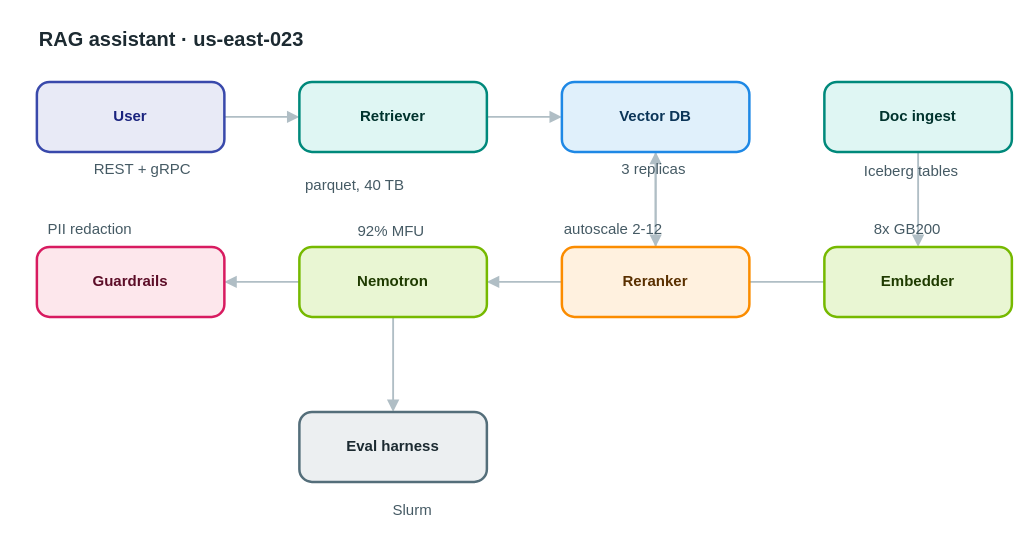
Above: apps/web/public/samples/library/023-rag-assistant.drawio in AryanG01/open-apprentice (draw.io), before the change. Source tidied: cells renumbered, new cells numbered last; positions are measured from the earlier drawing's top-left corner, leaving out a move shared by most shapes. Both pictures are drawn from the tidied source at 125%, with x=0, y=0 at pixel (36, 21).
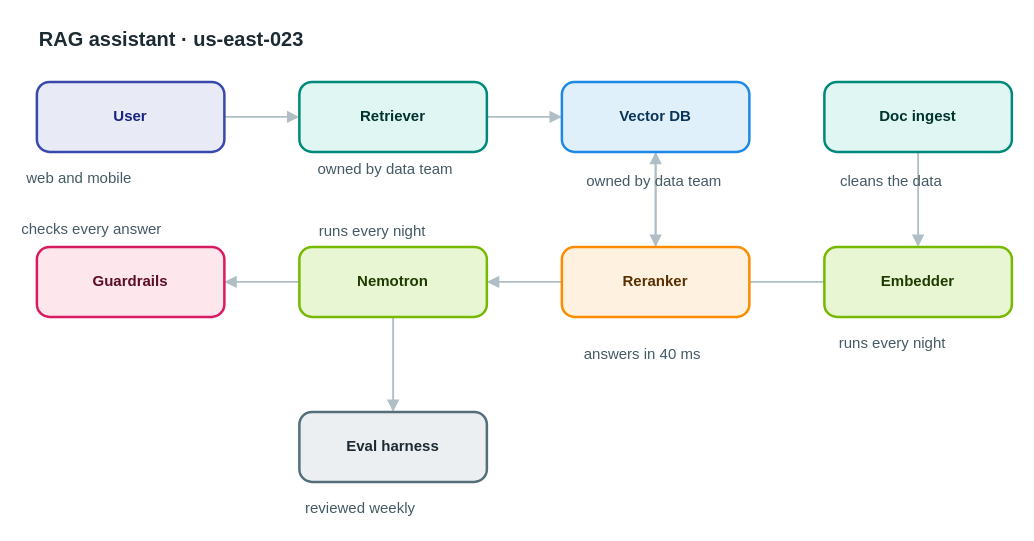
After the change.

The edit, as a diff of the source:
```diff
@@
-    <mxCell id="20" value="REST + gRPC" style="text;html=1;align=left;verticalAlign=top;whiteSpace=nowrap;spacing=0;spacingTop=0;strokeColor=none;fillColor=none;fontSize=12;fontColor=#455a64;" parent="1" vertex="1">
-      <mxGeometry x="46" y="106" width="89" height="20" as="geometry" />
+    <mxCell id="20" value="web and mobile" style="text;html=1;align=left;verticalAlign=top;whiteSpace=nowrap;spacing=0;spacingTop=0;strokeColor=none;fillColor=none;fontSize=12;fontColor=#455a64;" parent="1" vertex="1">
+      <mxGeometry x="-8" y="113" width="110" height="20" as="geometry" />
     </mxCell>
-    <mxCell id="21" value="parquet, 40 TB" style="text;html=1;align=left;verticalAlign=top;whiteSpace=nowrap;spacing=0;spacingTop=0;strokeColor=none;fillColor=none;fontSize=12;fontColor=#455a64;" parent="1" vertex="1">
-      <mxGeometry x="215" y="119" width="110" height="20" as="geometry" />
+    <mxCell id="21" value="owned by data team" style="text;html=1;align=left;verticalAlign=top;whiteSpace=nowrap;spacing=0;spacingTop=0;strokeColor=none;fillColor=none;fontSize=12;fontColor=#455a64;" parent="1" vertex="1">
+      <mxGeometry x="225" y="106" width="138" height="20" as="geometry" />
     </mxCell>
-    <mxCell id="22" value="3 replicas" style="text;html=1;align=left;verticalAlign=top;whiteSpace=nowrap;spacing=0;spacingTop=0;strokeColor=none;fillColor=none;fontSize=12;fontColor=#455a64;" parent="1" vertex="1">
-      <mxGeometry x="468" y="106" width="82" height="20" as="geometry" />
+    <mxCell id="22" value="owned by data team" style="text;html=1;align=left;verticalAlign=top;whiteSpace=nowrap;spacing=0;spacingTop=0;strokeColor=none;fillColor=none;fontSize=12;fontColor=#455a64;" parent="1" vertex="1">
+      <mxGeometry x="440" y="116" width="138" height="20" as="geometry" />
     </mxCell>
-    <mxCell id="23" value="autoscale 2-12" style="text;html=1;align=left;verticalAlign=top;whiteSpace=nowrap;spacing=0;spacingTop=0;strokeColor=none;fillColor=none;fontSize=12;fontColor=#455a64;" parent="1" vertex="1">
-      <mxGeometry x="422" y="154" width="110" height="20" as="geometry" />
+    <mxCell id="23" value="answers in 40 ms" style="text;html=1;align=left;verticalAlign=top;whiteSpace=nowrap;spacing=0;spacingTop=0;strokeColor=none;fillColor=none;fontSize=12;fontColor=#455a64;" parent="1" vertex="1">
+      <mxGeometry x="438" y="254" width="124" height="20" as="geometry" />
     </mxCell>
-    <mxCell id="24" value="92% MFU" style="text;html=1;align=left;verticalAlign=top;whiteSpace=nowrap;spacing=0;spacingTop=0;strokeColor=none;fillColor=none;fontSize=12;fontColor=#455a64;" parent="1" vertex="1">
-      <mxGeometry x="257" y="156" width="61" height="20" as="geometry" />
+    <mxCell id="24" value="runs every night" style="text;html=1;align=left;verticalAlign=top;whiteSpace=nowrap;spacing=0;spacingTop=0;strokeColor=none;fillColor=none;fontSize=12;fontColor=#455a64;" parent="1" vertex="1">
+      <mxGeometry x="226" y="156" width="124" height="20" as="geometry" />
     </mxCell>
-    <mxCell id="25" value="PII redaction" style="text;html=1;align=left;verticalAlign=top;whiteSpace=nowrap;spacing=0;spacingTop=0;strokeColor=none;fillColor=none;fontSize=12;fontColor=#455a64;" parent="1" vertex="1">
-      <mxGeometry x="9" y="154" width="103" height="20" as="geometry" />
+    <mxCell id="25" value="checks every answer" style="text;html=1;align=left;verticalAlign=top;whiteSpace=nowrap;spacing=0;spacingTop=0;strokeColor=none;fillColor=none;fontSize=12;fontColor=#455a64;" parent="1" vertex="1">
+      <mxGeometry x="-12" y="154" width="145" height="20" as="geometry" />
     </mxCell>
-    <mxCell id="26" value="Iceberg tables" style="text;html=1;align=left;verticalAlign=top;whiteSpace=nowrap;spacing=0;spacingTop=0;strokeColor=none;fillColor=none;fontSize=12;fontColor=#455a64;" parent="1" vertex="1">
-      <mxGeometry x="662" y="108" width="110" height="20" as="geometry" />
+    <mxCell id="26" value="cleans the data" style="text;html=1;align=left;verticalAlign=top;whiteSpace=nowrap;spacing=0;spacingTop=0;strokeColor=none;fillColor=none;fontSize=12;fontColor=#455a64;" parent="1" vertex="1">
+      <mxGeometry x="643" y="116" width="117" height="20" as="geometry" />
     </mxCell>
-    <mxCell id="27" value="8x GB200" style="text;html=1;align=left;verticalAlign=top;whiteSpace=nowrap;spacing=0;spacingTop=0;strokeColor=none;fillColor=none;fontSize=12;fontColor=#455a64;" parent="1" vertex="1">
-      <mxGeometry x="670" y="154" width="68" height="20" as="geometry" />
+    <mxCell id="27" value="runs every night" style="text;html=1;align=left;verticalAlign=top;whiteSpace=nowrap;spacing=0;spacingTop=0;strokeColor=none;fillColor=none;fontSize=12;fontColor=#455a64;" parent="1" vertex="1">
+      <mxGeometry x="642" y="245" width="124" height="20" as="geometry" />
     </mxCell>
-    <mxCell id="28" value="Slurm" style="text;html=1;align=left;verticalAlign=top;whiteSpace=nowrap;spacing=0;spacingTop=0;strokeColor=none;fillColor=none;fontSize=12;fontColor=#455a64;" parent="1" vertex="1">
-      <mxGeometry x="285" y="379" width="47" height="20" as="geometry" />
+    <mxCell id="28" value="reviewed weekly" style="text;html=1;align=left;verticalAlign=top;whiteSpace=nowrap;spacing=0;spacingTop=0;strokeColor=none;fillColor=none;fontSize=12;fontColor=#455a64;" parent="1" vertex="1">
+      <mxGeometry x="215" y="377" width="117" height="20" as="geometry" />
     </mxCell>
```
